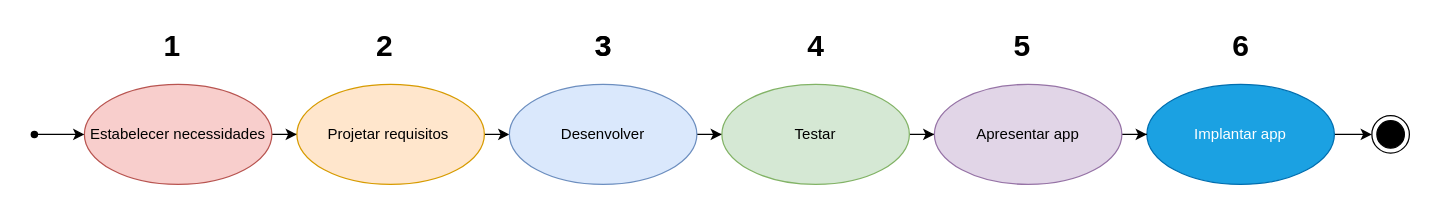
This is page "Fluxo principal" (1 of 9) of Diagrama sem nome.drawio from helloisasilva/Processo-de-engenharia-de-software-para-App-mobile, a draw.io file, before an edit. Source tidied: cells renumbered, new cells numbered last; positions are measured from the earlier drawing's top-left corner, leaving out a move shared by most shapes. Both pictures are drawn from the tidied source at 125%, with x=0, y=0 at pixel (21, 21).
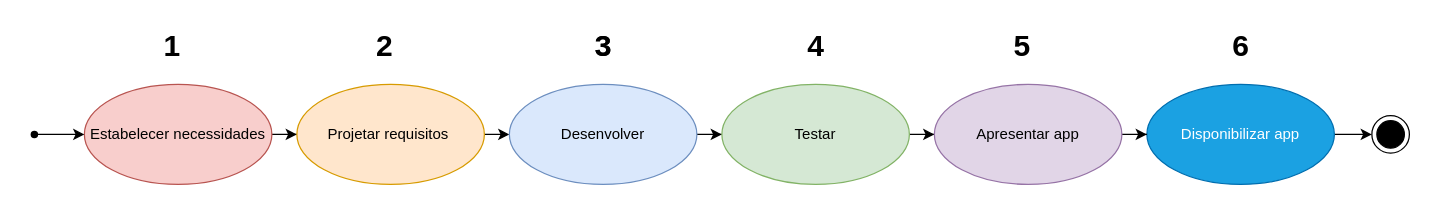
The same page after the edit.

Diff of the diagram source:
```diff
@@
-    <mxCell id="13" value="Implantar app" style="ellipse;whiteSpace=wrap;html=1;fillColor=#1ba1e2;strokeColor=#006EAF;shadow=0;fontColor=#ffffff;" parent="1" vertex="1">
+    <mxCell id="13" value="Disponibilizar app" style="ellipse;whiteSpace=wrap;html=1;fillColor=#1ba1e2;strokeColor=#006EAF;shadow=0;fontColor=#ffffff;" parent="1" vertex="1">
       <mxGeometry x="900" y="50" width="150" height="80" as="geometry" />
     </mxCell>
```
